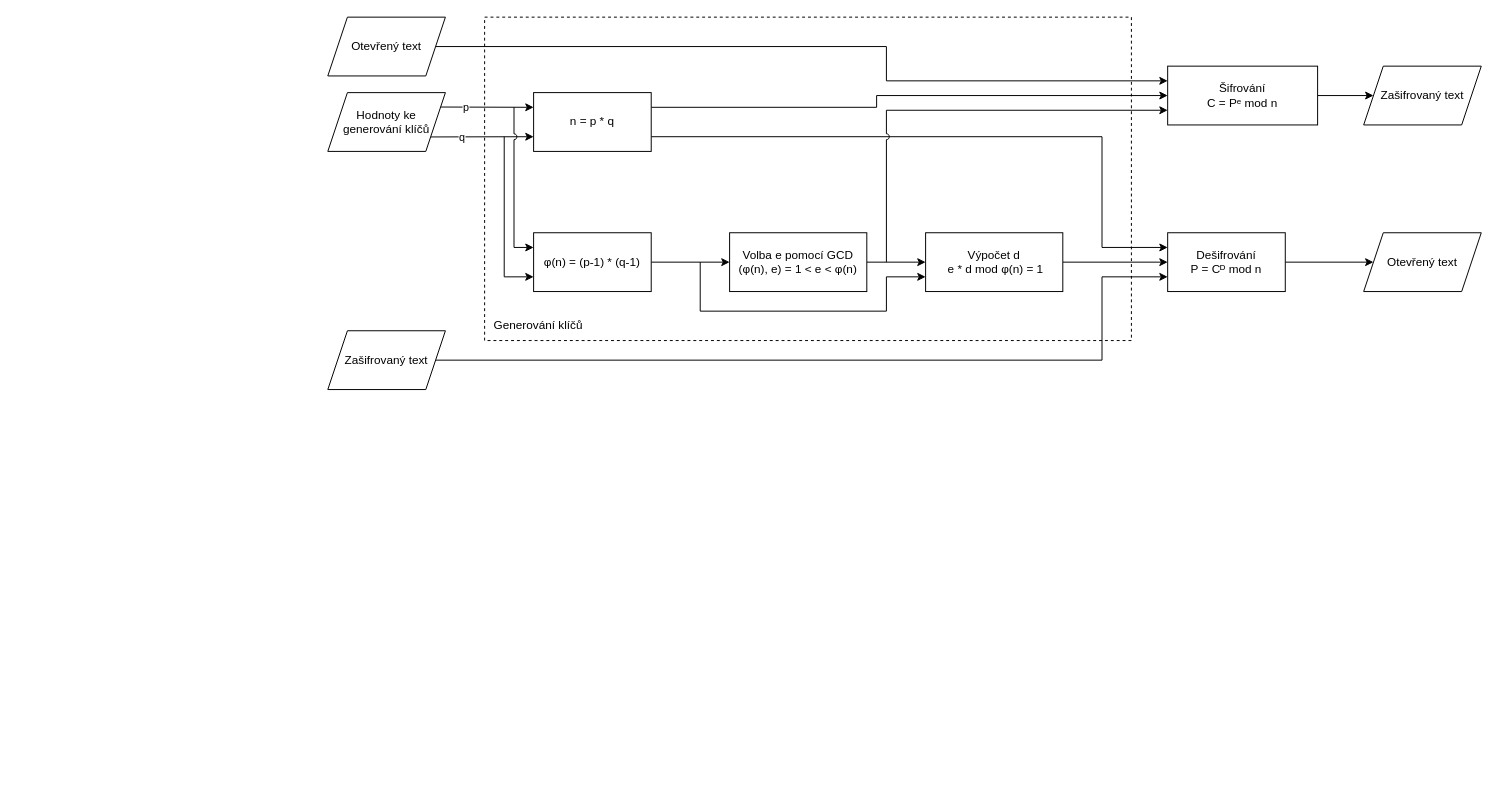
hejzlzd1/EducrypterUHK keeps this draw.io diagram as public/img/rsaPage/drawio/rsa_cz.drawio. Above is the earlier version. Source tidied: cells renumbered, new cells numbered last; positions are measured from the earlier drawing's top-left corner, leaving out a move shared by most shapes. Both pictures are drawn from the tidied source at 98%, with x=0, y=0 at pixel (327, 17).
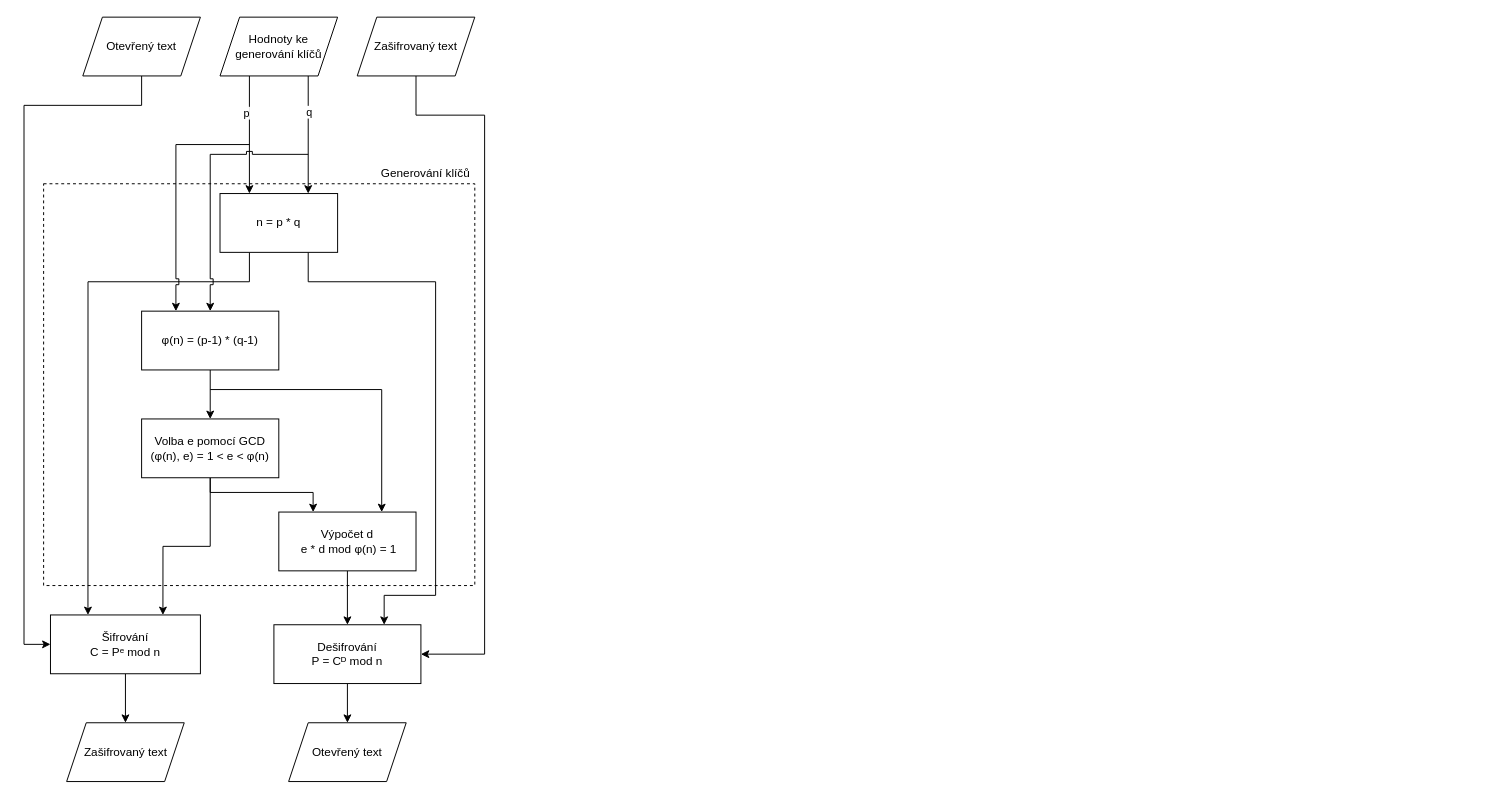
The same diagram, later.

Change to the diagram source:
```diff
@@
     <mxCell id="2" style="whiteSpace=wrap;html=1;dashed=1;fillColor=none;" parent="1" vertex="1">
-      <mxGeometry x="160" width="660" height="330" as="geometry" />
+      <mxGeometry x="-290" y="170" width="440" height="410" as="geometry" />
     </mxCell>
-    <mxCell id="3" style="edgeStyle=orthogonalEdgeStyle;rounded=0;jettySize=auto;html=1;exitX=1;exitY=0.25;exitDx=0;exitDy=0;entryX=0;entryY=0.5;entryDx=0;entryDy=0;" parent="1" edge="1" source="5" target="23">
+    <mxCell id="3" style="edgeStyle=orthogonalEdgeStyle;rounded=0;jettySize=auto;html=1;exitX=0.25;exitY=1;exitDx=0;exitDy=0;entryX=0.25;entryY=0;entryDx=0;entryDy=0;jumpStyle=sharp;" parent="1" edge="1" source="5" target="23">
       <mxGeometry relative="1" as="geometry">
         <Array as="points">
-          <mxPoint x="560" y="92" />
-          <mxPoint x="560" y="80" />
+          <mxPoint x="-80" y="270" />
+          <mxPoint x="-245" y="270" />
         </Array>
       </mxGeometry>
     </mxCell>
-    <mxCell id="4" style="edgeStyle=orthogonalEdgeStyle;rounded=0;jettySize=auto;html=1;exitX=1;exitY=0.75;exitDx=0;exitDy=0;entryX=0;entryY=0.25;entryDx=0;entryDy=0;" parent="1" edge="1" source="5" target="20">
+    <mxCell id="4" style="edgeStyle=orthogonalEdgeStyle;rounded=0;jettySize=auto;html=1;exitX=0.75;exitY=1;exitDx=0;exitDy=0;entryX=0.75;entryY=0;entryDx=0;entryDy=0;" parent="1" edge="1" source="5" target="20">
       <mxGeometry relative="1" as="geometry">
         <Array as="points">
-          <mxPoint x="790" y="122" />
-          <mxPoint x="790" y="235" />
+          <mxPoint x="-20" y="270" />
+          <mxPoint x="110" y="270" />
+          <mxPoint x="110" y="590" />
+          <mxPoint x="58" y="590" />
         </Array>
       </mxGeometry>
     </mxCell>
     <mxCell id="5" value="n = p * q" style="rounded=0;whiteSpace=wrap;html=1;" parent="1" vertex="1">
-      <mxGeometry x="210" y="77" width="120" height="60" as="geometry" />
+      <mxGeometry x="-110" y="180" width="120" height="60" as="geometry" />
     </mxCell>
-    <mxCell id="6" style="edgeStyle=orthogonalEdgeStyle;rounded=0;jettySize=auto;html=1;" parent="1" edge="1" source="7" target="13">
+    <mxCell id="6" style="edgeStyle=orthogonalEdgeStyle;rounded=0;jettySize=auto;html=1;exitX=0.5;exitY=1;exitDx=0;exitDy=0;entryX=0.5;entryY=0;entryDx=0;entryDy=0;" parent="1" edge="1" source="7" target="13">
       <mxGeometry relative="1" as="geometry" />
     </mxCell>
     <mxCell id="7" value="φ(n) = (p-1) * (q-1)" style="rounded=0;whiteSpace=wrap;html=1;" parent="1" vertex="1">
-      <mxGeometry x="210" y="220" width="120" height="60" as="geometry" />
+      <mxGeometry x="-190" y="300" width="140" height="60" as="geometry" />
     </mxCell>
-    <mxCell id="8" style="endArrow=classic;html=1;rounded=0;entryX=0;entryY=0.25;entryDx=0;entryDy=0;exitX=0.955;exitY=0.245;exitDx=0;exitDy=0;exitPerimeter=0;" parent="1" edge="1" source="30" target="5">
+    <mxCell id="8" style="endArrow=classic;html=1;rounded=0;entryX=0.25;entryY=0;entryDx=0;entryDy=0;exitX=0.25;exitY=1;exitDx=0;exitDy=0;" parent="1" edge="1" source="30" target="5">
       <mxGeometry relative="1" as="geometry" />
     </mxCell>
@@
-    <mxCell id="10" style="endArrow=classic;html=1;rounded=0;entryX=0;entryY=0.75;entryDx=0;entryDy=0;exitX=0.872;exitY=0.754;exitDx=0;exitDy=0;exitPerimeter=0;" parent="1" edge="1" source="30" target="5">
+    <mxCell id="10" style="endArrow=classic;html=1;rounded=0;entryX=0.75;entryY=0;entryDx=0;entryDy=0;exitX=0.75;exitY=1;exitDx=0;exitDy=0;" parent="1" edge="1" source="30" target="5">
       <mxGeometry relative="1" as="geometry" />
     </mxCell>
@@
-    <mxCell id="12" style="edgeStyle=orthogonalEdgeStyle;rounded=0;jettySize=auto;html=1;" parent="1" edge="1" source="13" target="15">
-      <mxGeometry relative="1" as="geometry" />
+    <mxCell id="12" style="edgeStyle=orthogonalEdgeStyle;rounded=0;jettySize=auto;html=1;entryX=0.25;entryY=0;entryDx=0;entryDy=0;exitX=0.5;exitY=1;exitDx=0;exitDy=0;" parent="1" edge="1" source="13" target="15">
+      <mxGeometry relative="1" as="geometry">
+        <Array as="points">
+          <mxPoint x="-120" y="485" />
+          <mxPoint x="-15" y="485" />
+        </Array>
+      </mxGeometry>
     </mxCell>
+    <mxCell id="32" style="edgeStyle=orthogonalEdgeStyle;rounded=0;jettySize=auto;html=1;exitX=0.5;exitY=1;exitDx=0;exitDy=0;entryX=0.75;entryY=0;entryDx=0;entryDy=0;" parent="1" edge="1" source="13" target="23">
+      <mxGeometry relative="1" as="geometry">
+        <Array as="points">
+          <mxPoint x="-120" y="540" />
+          <mxPoint x="-168" y="540" />
+        </Array>
+      </mxGeometry>
+    </mxCell>
     <mxCell id="13" value="Volba e pomocí GCD&lt;br&gt;(φ(n), e) = 1 &amp;lt; e &amp;lt; φ(n)" style="whiteSpace=wrap;html=1;rounded=0;" parent="1" vertex="1">
-      <mxGeometry x="410" y="220" width="140" height="60" as="geometry" />
+      <mxGeometry x="-190" y="410" width="140" height="60" as="geometry" />
     </mxCell>
-    <mxCell id="14" style="edgeStyle=orthogonalEdgeStyle;rounded=0;jettySize=auto;html=1;exitX=1;exitY=0.5;exitDx=0;exitDy=0;entryX=0;entryY=0.5;entryDx=0;entryDy=0;" parent="1" edge="1" source="15" target="20">
+    <mxCell id="14" style="edgeStyle=orthogonalEdgeStyle;rounded=0;jettySize=auto;html=1;exitX=0.5;exitY=1;exitDx=0;exitDy=0;entryX=0.5;entryY=0;entryDx=0;entryDy=0;" parent="1" edge="1" source="15" target="20">
       <mxGeometry relative="1" as="geometry" />
     </mxCell>
     <mxCell id="15" value="Výpočet d&lt;br&gt;&amp;nbsp;e * d mod φ(n) = 1" style="whiteSpace=wrap;html=1;rounded=0;" parent="1" vertex="1">
-      <mxGeometry x="610" y="220" width="140" height="60" as="geometry" />
+      <mxGeometry x="-50" y="505" width="140" height="60" as="geometry" />
     </mxCell>
-    <mxCell id="16" style="endArrow=classic;html=1;rounded=0;entryX=0;entryY=0.25;entryDx=0;entryDy=0;jumpStyle=arc;" parent="1" edge="1" target="7">
-      <mxGeometry relative="1" as="geometry">
-        <mxPoint x="190" y="92" as="sourcePoint" />
-        <Array as="points">
-          <mxPoint x="190" y="235" />
-        </Array>
-      </mxGeometry>
-    </mxCell>
-    <mxCell id="17" style="endArrow=classic;html=1;rounded=0;entryX=0;entryY=0.75;entryDx=0;entryDy=0;" parent="1" edge="1" target="7">
-      <mxGeometry relative="1" as="geometry">
-        <mxPoint x="180" y="122" as="sourcePoint" />
-        <Array as="points">
-          <mxPoint x="180" y="265" />
-        </Array>
-      </mxGeometry>
-    </mxCell>
-    <mxCell id="18" style="endArrow=classic;html=1;rounded=0;entryX=0;entryY=0.75;entryDx=0;entryDy=0;" parent="1" edge="1" target="15">
-      <mxGeometry relative="1" as="geometry">
-        <mxPoint x="380" y="250" as="sourcePoint" />
-        <Array as="points">
-          <mxPoint x="380" y="300" />
-          <mxPoint x="570" y="300" />
-          <mxPoint x="570" y="265" />
-        </Array>
-      </mxGeometry>
-    </mxCell>
-    <mxCell id="19" style="edgeStyle=orthogonalEdgeStyle;rounded=0;jettySize=auto;html=1;" parent="1" edge="1" source="20" target="21">
+    <mxCell id="19" style="edgeStyle=orthogonalEdgeStyle;rounded=0;jettySize=auto;html=1;exitX=0.5;exitY=1;exitDx=0;exitDy=0;entryX=0.5;entryY=0;entryDx=0;entryDy=0;" parent="1" edge="1" source="20" target="21">
       <mxGeometry relative="1" as="geometry" />
     </mxCell>
     <mxCell id="20" value="Dešifrování&lt;br&gt;P = Cᴰ mod n" style="rounded=0;whiteSpace=wrap;html=1;" parent="1" vertex="1">
-      <mxGeometry x="857" y="220" width="120" height="60" as="geometry" />
+      <mxGeometry x="-55" y="620" width="150" height="60" as="geometry" />
     </mxCell>
     <mxCell id="21" value="Otevřený text" style="shape=parallelogram;perimeter=parallelogramPerimeter;whiteSpace=wrap;html=1;fixedSize=1;rounded=0;" parent="1" vertex="1">
-      <mxGeometry x="1057" y="220" width="120" height="60" as="geometry" />
+      <mxGeometry x="-40" y="720" width="120" height="60" as="geometry" />
     </mxCell>
-    <mxCell id="22" style="edgeStyle=orthogonalEdgeStyle;rounded=0;jettySize=auto;html=1;exitX=1;exitY=0.5;exitDx=0;exitDy=0;entryX=0;entryY=0.5;entryDx=0;entryDy=0;" parent="1" edge="1" source="23" target="29">
+    <mxCell id="22" style="edgeStyle=orthogonalEdgeStyle;rounded=0;jettySize=auto;html=1;exitX=0.5;exitY=1;exitDx=0;exitDy=0;entryX=0.5;entryY=0;entryDx=0;entryDy=0;" parent="1" edge="1" source="23" target="29">
       <mxGeometry relative="1" as="geometry" />
     </mxCell>
     <mxCell id="23" value="Šifrování&lt;br&gt;C = Pᵉ&amp;nbsp;mod n" style="rounded=0;whiteSpace=wrap;html=1;" parent="1" vertex="1">
-      <mxGeometry x="857" y="50" width="153" height="60" as="geometry" />
+      <mxGeometry x="-283" y="610" width="153" height="60" as="geometry" />
     </mxCell>
-    <mxCell id="24" style="endArrow=classic;html=1;rounded=0;entryX=0;entryY=0.75;entryDx=0;entryDy=0;jumpStyle=arc;" parent="1" edge="1" target="23">
-      <mxGeometry relative="1" as="geometry">
-        <mxPoint x="570" y="250" as="sourcePoint" />
-        <Array as="points">
-          <mxPoint x="570" y="170" />
-          <mxPoint x="570" y="95" />
-        </Array>
-      </mxGeometry>
-    </mxCell>
-    <mxCell id="25" style="edgeStyle=orthogonalEdgeStyle;rounded=0;jettySize=auto;html=1;exitX=1;exitY=0.5;exitDx=0;exitDy=0;entryX=0;entryY=0.25;entryDx=0;entryDy=0;" parent="1" edge="1" source="26" target="23">
+    <mxCell id="25" style="edgeStyle=orthogonalEdgeStyle;rounded=0;jettySize=auto;html=1;exitX=0.5;exitY=1;exitDx=0;exitDy=0;entryX=0;entryY=0.5;entryDx=0;entryDy=0;jumpStyle=sharp;" parent="1" edge="1" source="26" target="23">
       <mxGeometry relative="1" as="geometry">
         <Array as="points">
-          <mxPoint x="570" y="30" />
-          <mxPoint x="570" y="65" />
+          <mxPoint x="-190" y="90" />
+          <mxPoint x="-310" y="90" />
+          <mxPoint x="-310" y="640" />
         </Array>
       </mxGeometry>
     </mxCell>
     <mxCell id="26" value="Otevřený text" style="shape=parallelogram;perimeter=parallelogramPerimeter;whiteSpace=wrap;html=1;fixedSize=1;" parent="1" vertex="1">
-      <mxGeometry width="120" height="60" as="geometry" />
+      <mxGeometry x="-250" width="120" height="60" as="geometry" />
     </mxCell>
-    <mxCell id="27" style="edgeStyle=orthogonalEdgeStyle;rounded=0;jettySize=auto;html=1;exitX=1;exitY=0.5;exitDx=0;exitDy=0;entryX=0;entryY=0.75;entryDx=0;entryDy=0;" parent="1" edge="1" source="28" target="20">
+    <mxCell id="27" style="edgeStyle=orthogonalEdgeStyle;rounded=0;jettySize=auto;html=1;exitX=0.5;exitY=1;exitDx=0;exitDy=0;entryX=1;entryY=0.5;entryDx=0;entryDy=0;" parent="1" edge="1" source="28" target="20">
       <mxGeometry relative="1" as="geometry">
         <Array as="points">
-          <mxPoint x="790" y="350" />
-          <mxPoint x="790" y="265" />
+          <mxPoint x="90" y="100" />
+          <mxPoint x="160" y="100" />
+          <mxPoint x="160" y="650" />
         </Array>
       </mxGeometry>
     </mxCell>
     <mxCell id="28" value="Zašifrovaný text" style="shape=parallelogram;perimeter=parallelogramPerimeter;whiteSpace=wrap;html=1;fixedSize=1;" parent="1" vertex="1">
-      <mxGeometry y="320" width="120" height="60" as="geometry" />
+      <mxGeometry x="30" width="120" height="60" as="geometry" />
     </mxCell>
     <mxCell id="29" value="Zašifrovaný text" style="shape=parallelogram;perimeter=parallelogramPerimeter;whiteSpace=wrap;html=1;fixedSize=1;" parent="1" vertex="1">
-      <mxGeometry x="1057" y="50" width="120" height="60" as="geometry" />
+      <mxGeometry x="-266.5" y="720" width="120" height="60" as="geometry" />
     </mxCell>
+    <mxCell id="31" value="Generování klíčů" style="text;html=1;strokeColor=none;fillColor=none;align=center;verticalAlign=middle;whiteSpace=wrap;rounded=0;" parent="1" vertex="1">
+      <mxGeometry x="50" y="150" width="100" height="20" as="geometry" />
+    </mxCell>
     <mxCell id="30" value="Hodnoty ke generování klíčů" style="shape=parallelogram;perimeter=parallelogramPerimeter;whiteSpace=wrap;html=1;fixedSize=1;" parent="1" vertex="1">
-      <mxGeometry y="77" width="120" height="60" as="geometry" />
+      <mxGeometry x="-110" width="120" height="60" as="geometry" />
     </mxCell>
-    <mxCell id="31" value="Generování klíčů" style="text;html=1;strokeColor=none;fillColor=none;align=center;verticalAlign=middle;whiteSpace=wrap;rounded=0;" parent="1" vertex="1">
-      <mxGeometry x="160" y="300" width="110" height="30" as="geometry" />
-    </mxCell>
+    <mxCell id="33" style="endArrow=classic;html=1;rounded=0;entryX=0.25;entryY=0;entryDx=0;entryDy=0;jumpStyle=sharp;" parent="1" edge="1" target="7">
+      <mxGeometry relative="1" as="geometry">
+        <mxPoint x="-80" y="130" as="sourcePoint" />
+        <Array as="points">
+          <mxPoint x="-155" y="130" />
+        </Array>
+      </mxGeometry>
+    </mxCell>
+    <mxCell id="34" style="endArrow=none;html=1;rounded=0;exitX=0.5;exitY=0;exitDx=0;exitDy=0;edgeStyle=orthogonalEdgeStyle;startArrow=classic;startFill=1;jumpStyle=sharp;" parent="1" edge="1" source="7">
+      <mxGeometry relative="1" as="geometry">
+        <mxPoint x="-20" y="140" as="targetPoint" />
+        <Array as="points">
+          <mxPoint x="-120" y="300" />
+          <mxPoint x="-120" y="140" />
+        </Array>
+      </mxGeometry>
+    </mxCell>
+    <mxCell id="35" style="endArrow=classic;html=1;rounded=0;entryX=0.75;entryY=0;entryDx=0;entryDy=0;" parent="1" edge="1" target="15">
+      <mxGeometry relative="1" as="geometry">
+        <mxPoint x="-120" y="380" as="sourcePoint" />
+        <Array as="points">
+          <mxPoint x="55" y="380" />
+        </Array>
+      </mxGeometry>
+    </mxCell>
```
